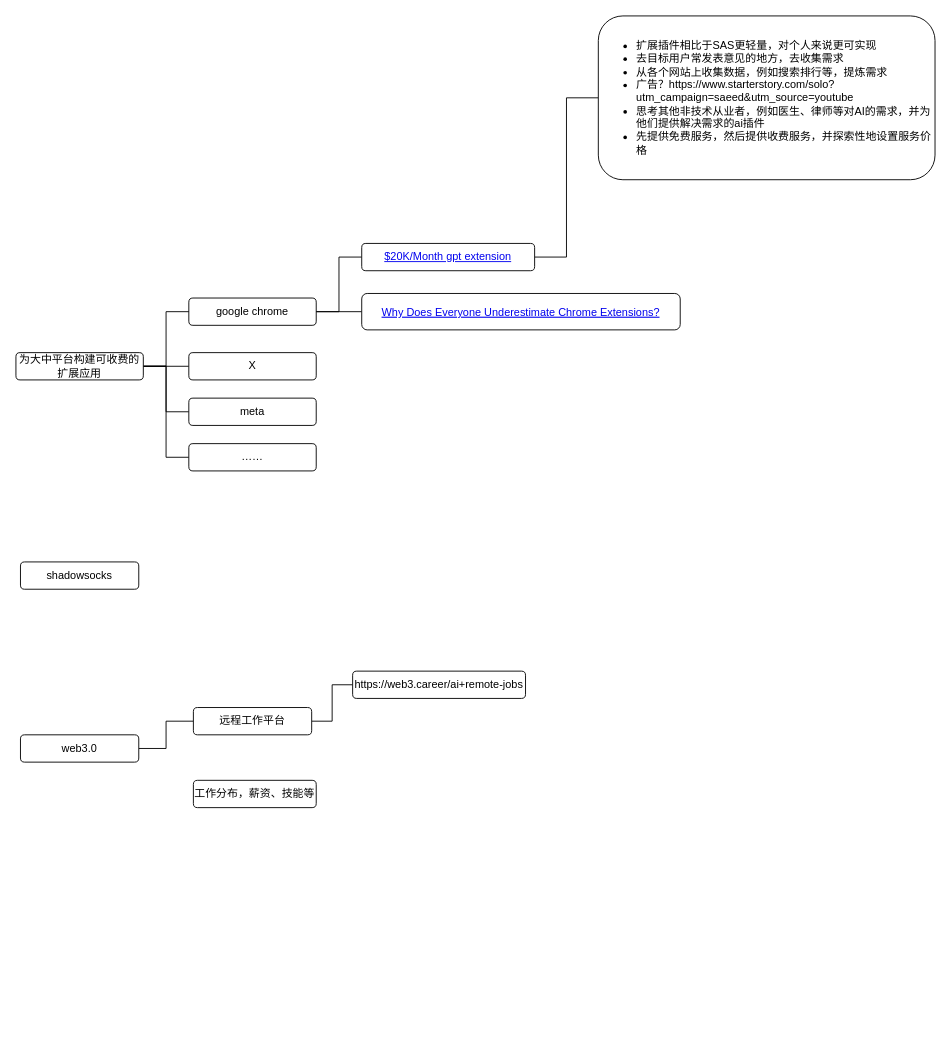
Above: 副业赚钱脑图.drawio in Wang-Yu-Qing/help_651 (draw.io), before the change. Source tidied: cells renumbered, new cells numbered last; positions are measured from the earlier drawing's top-left corner, leaving out a move shared by most shapes. Both pictures are drawn from the tidied source at 91%, with x=0, y=0 at pixel (15, 15).
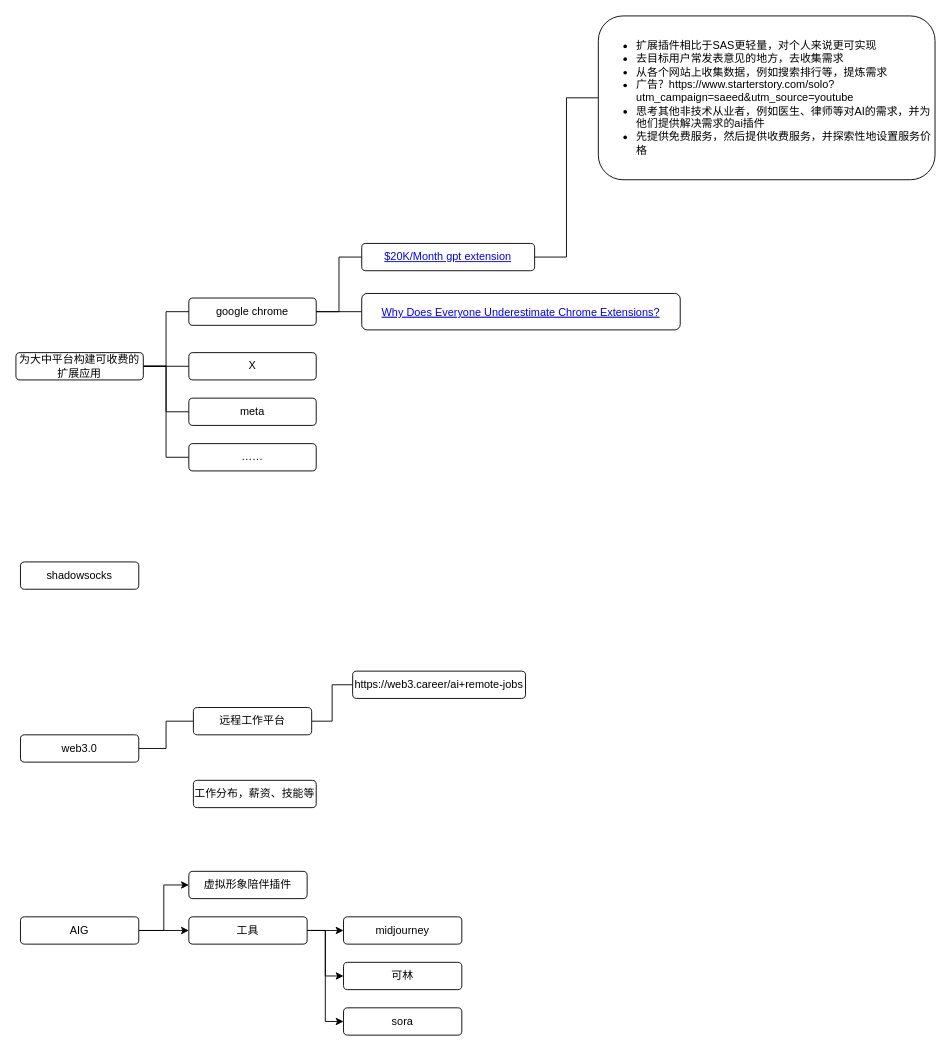
The same diagram, later.

Commit message:
更新副业赚钱脑图.drawio

What changed in the source:
```diff
@@
+    <mxCell id="24" style="edgeStyle=orthogonalEdgeStyle;rounded=0;jettySize=auto;html=1;entryX=0;entryY=0.5;entryDx=0;entryDy=0;" parent="1" edge="1" source="26" target="27">
+      <mxGeometry relative="1" as="geometry" />
+    </mxCell>
+    <mxCell id="25" style="edgeStyle=orthogonalEdgeStyle;rounded=0;jettySize=auto;html=1;entryX=0;entryY=0.5;entryDx=0;entryDy=0;" parent="1" edge="1" source="26" target="31">
+      <mxGeometry relative="1" as="geometry" />
+    </mxCell>
+    <mxCell id="26" value="AIG" style="rounded=1;whiteSpace=wrap;html=1;" parent="1" vertex="1">
+      <mxGeometry x="5" y="990" width="130" height="30" as="geometry" />
+    </mxCell>
+    <mxCell id="27" value="虚拟形象陪伴插件" style="rounded=1;whiteSpace=wrap;html=1;" parent="1" vertex="1">
+      <mxGeometry x="190" y="940" width="130" height="30" as="geometry" />
+    </mxCell>
+    <mxCell id="28" style="edgeStyle=orthogonalEdgeStyle;rounded=0;jettySize=auto;html=1;entryX=0;entryY=0.5;entryDx=0;entryDy=0;" parent="1" edge="1" source="31" target="32">
+      <mxGeometry relative="1" as="geometry" />
+    </mxCell>
+    <mxCell id="29" style="edgeStyle=orthogonalEdgeStyle;rounded=0;jettySize=auto;html=1;entryX=0;entryY=0.5;entryDx=0;entryDy=0;" parent="1" edge="1" source="31" target="33">
+      <mxGeometry relative="1" as="geometry" />
+    </mxCell>
+    <mxCell id="30" style="edgeStyle=orthogonalEdgeStyle;rounded=0;jettySize=auto;html=1;entryX=0;entryY=0.5;entryDx=0;entryDy=0;" parent="1" edge="1" source="31" target="34">
+      <mxGeometry relative="1" as="geometry" />
+    </mxCell>
+    <mxCell id="31" value="工具" style="rounded=1;whiteSpace=wrap;html=1;" parent="1" vertex="1">
+      <mxGeometry x="190" y="990" width="130" height="30" as="geometry" />
+    </mxCell>
+    <mxCell id="32" value="midjourney" style="rounded=1;whiteSpace=wrap;html=1;" parent="1" vertex="1">
+      <mxGeometry x="360" y="990" width="130" height="30" as="geometry" />
+    </mxCell>
+    <mxCell id="33" value="可林" style="rounded=1;whiteSpace=wrap;html=1;" parent="1" vertex="1">
+      <mxGeometry x="360" y="1040" width="130" height="30" as="geometry" />
+    </mxCell>
+    <mxCell id="34" value="sora" style="rounded=1;whiteSpace=wrap;html=1;" parent="1" vertex="1">
+      <mxGeometry x="360" y="1090" width="130" height="30" as="geometry" />
+    </mxCell>
```
